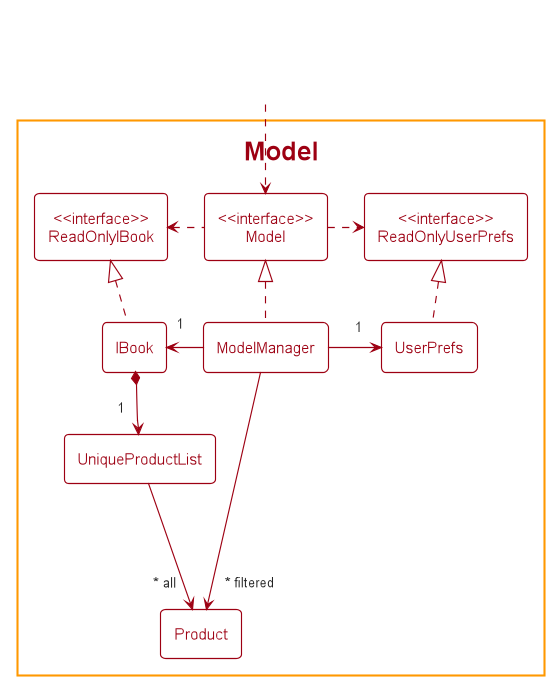
The PlantUML diagram docs/images/ModelClassDiagram.png in nus-cs2103-AY2122S2/tp, before a commit.
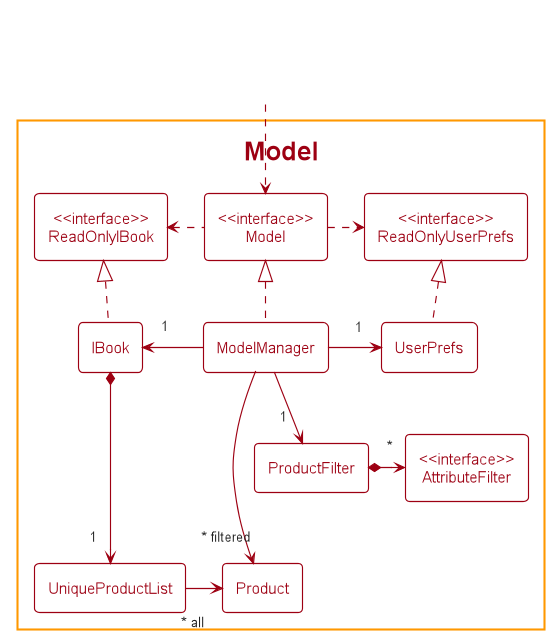
Above is the later version.

Commit message:
Add Product Filters implementation

What changed in the source:
```diff
@@ -7,12 +7,14 @@
     class "<<interface>>\nReadOnlyIBook" as ReadOnlyIBook
     class "<<interface>>\nModel" as Model
     class "<<interface>>\nReadOnlyUserPrefs" as ReadOnlyUserPrefs
+    class "<<interface>>\nAttributeFilter" as AttributeFilter
 
     class IBook
     class ModelManager
     class UserPrefs
 
     class UniqueProductList
+    class ProductFilter
     class Product
 }
 
@@ -29,7 +31,10 @@
 ModelManager -right-> "1" UserPrefs
 
 IBook *--> "1" UniqueProductList
-UniqueProductList ---> "~* all" Product
+UniqueProductList -right-> "~* all" Product
 
-ModelManager -->"~* filtered" Product
+ModelManager --> "1" ProductFilter
+ProductFilter *-> "*" AttributeFilter
+
+ModelManager --->"~* filtered" Product
 @enduml
```
